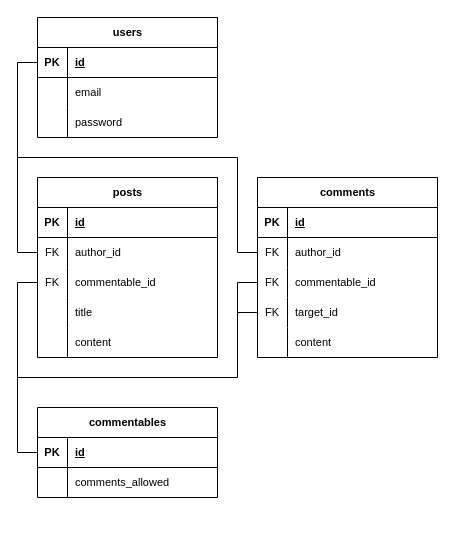
Above: page "er-bd" (2 of 2) of shared/diagrams.drawio in muji40k/ozontestcomms (draw.io), before the change. Source tidied: cells renumbered, new cells numbered last; positions are measured from the earlier drawing's top-left corner, leaving out a move shared by most shapes. Both pictures are drawn from the tidied source at 100%, with x=0, y=0 at pixel (17, 17).
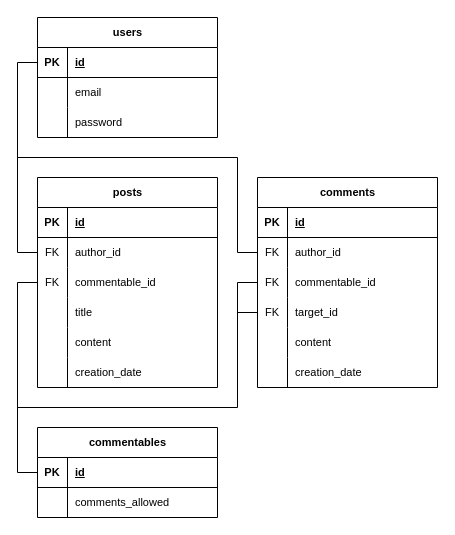
Above is the later version.

Commit message (it also covers changes not shown here):
feat: Add creation time to post and comment structure

The change refers to these unchanged cells:
```xml
<mxCell id="33" style="shape=tableRow;horizontal=0;startSize=0;swimlaneHead=0;swimlaneBody=0;fillColor=none;points=[[0,0.5],[1,0.5]];portConstraint=eastwest;top=0;left=0;right=0;bottom=0;fontFamily=Helvetica;fontSize=11;fontColor=default;labelBackgroundColor=default;" parent="26" vertex="1">
  <mxGeometry y="90" width="180" height="30" as="geometry" />
</mxCell>
```

What changed in the source:
```diff
@@
     <mxCell id="2" value="commentables" style="shape=table;startSize=30;childLayout=tableLayout;rowLines=0;fontStyle=1;align=center;html=1;fontFamily=Helvetica;fontSize=11;fontColor=default;labelBackgroundColor=default;" parent="1" vertex="1">
-      <mxGeometry x="20" y="390" width="180" height="90" as="geometry" />
+      <mxGeometry x="20" y="410" width="180" height="90" as="geometry" />
     </mxCell>
@@
     <mxCell id="9" value="posts" style="shape=table;startSize=30;childLayout=tableLayout;rowLines=0;fontStyle=1;align=center;html=1;fontFamily=Helvetica;fontSize=11;fontColor=default;labelBackgroundColor=default;" parent="1" vertex="1">
-      <mxGeometry x="20" y="160" width="180" height="180" as="geometry" />
+      <mxGeometry x="20" y="160" width="180" height="210" as="geometry" />
     </mxCell>
@@
+    <mxCell id="56" style="shape=tableRow;horizontal=0;startSize=0;swimlaneHead=0;swimlaneBody=0;fillColor=none;top=0;left=0;right=0;bottom=0;fontFamily=Helvetica;fontSize=11;fontColor=default;labelBackgroundColor=default;" parent="9" vertex="1">
+      <mxGeometry y="180" width="180" height="30" as="geometry" />
+    </mxCell>
+    <mxCell id="57" style="shape=partialRectangle;fillColor=none;top=0;left=0;bottom=0;right=0;overflow=hidden;whiteSpace=wrap;html=1;fontFamily=Helvetica;fontSize=11;fontColor=default;labelBackgroundColor=default;" parent="56" vertex="1">
+      <mxGeometry width="30" height="30" as="geometry" />
+    </mxCell>
+    <mxCell id="58" value="creation_date" style="shape=partialRectangle;fillColor=none;top=0;left=0;bottom=0;right=0;align=left;spacingLeft=6;overflow=hidden;whiteSpace=wrap;html=1;fontFamily=Helvetica;fontSize=11;fontColor=default;labelBackgroundColor=default;" parent="56" vertex="1">
+      <mxGeometry x="30" width="150" height="30" as="geometry" />
+    </mxCell>
@@
     <mxCell id="26" value="comments" style="shape=table;startSize=30;childLayout=tableLayout;rowLines=0;fontStyle=1;align=center;html=1;fontFamily=Helvetica;fontSize=11;fontColor=default;labelBackgroundColor=default;" parent="1" vertex="1">
-      <mxGeometry x="240" y="160" width="180" height="180" as="geometry" />
+      <mxGeometry x="240" y="160" width="180" height="210" as="geometry" />
     </mxCell>
@@
+    <mxCell id="59" style="shape=tableRow;horizontal=0;startSize=0;swimlaneHead=0;swimlaneBody=0;fillColor=none;top=0;left=0;right=0;bottom=0;fontFamily=Helvetica;fontSize=11;fontColor=default;labelBackgroundColor=default;" parent="26" vertex="1">
+      <mxGeometry y="180" width="180" height="30" as="geometry" />
+    </mxCell>
+    <mxCell id="60" style="shape=partialRectangle;fillColor=none;top=0;left=0;bottom=0;right=0;overflow=hidden;whiteSpace=wrap;html=1;fontFamily=Helvetica;fontSize=11;fontColor=default;labelBackgroundColor=default;" parent="59" vertex="1">
+      <mxGeometry width="30" height="30" as="geometry" />
+    </mxCell>
+    <mxCell id="61" value="creation_date" style="shape=partialRectangle;fillColor=none;top=0;left=0;bottom=0;right=0;align=left;spacingLeft=6;overflow=hidden;whiteSpace=wrap;html=1;fontFamily=Helvetica;fontSize=11;fontColor=default;labelBackgroundColor=default;" parent="59" vertex="1">
+      <mxGeometry x="30" width="150" height="30" as="geometry" />
+    </mxCell>
     <mxCell id="42" style="edgeStyle=orthogonalEdgeStyle;shape=connector;rounded=0;jettySize=auto;html=1;exitX=0;exitY=0.5;exitDx=0;exitDy=0;strokeColor=default;align=center;verticalAlign=middle;fontFamily=Helvetica;fontSize=11;fontColor=default;labelBackgroundColor=default;startFill=0;endArrow=none;" parent="1" edge="1" source="33">
       <mxGeometry relative="1" as="geometry">
-        <mxPoint y="360" as="targetPoint" />
+        <mxPoint y="390" as="targetPoint" />
         <Array as="points">
           <mxPoint x="220" y="265" />
-          <mxPoint x="220" y="360" />
+          <mxPoint x="220" y="390" />
+          <mxPoint y="390" />
         </Array>
       </mxGeometry>
     </mxCell>
```
